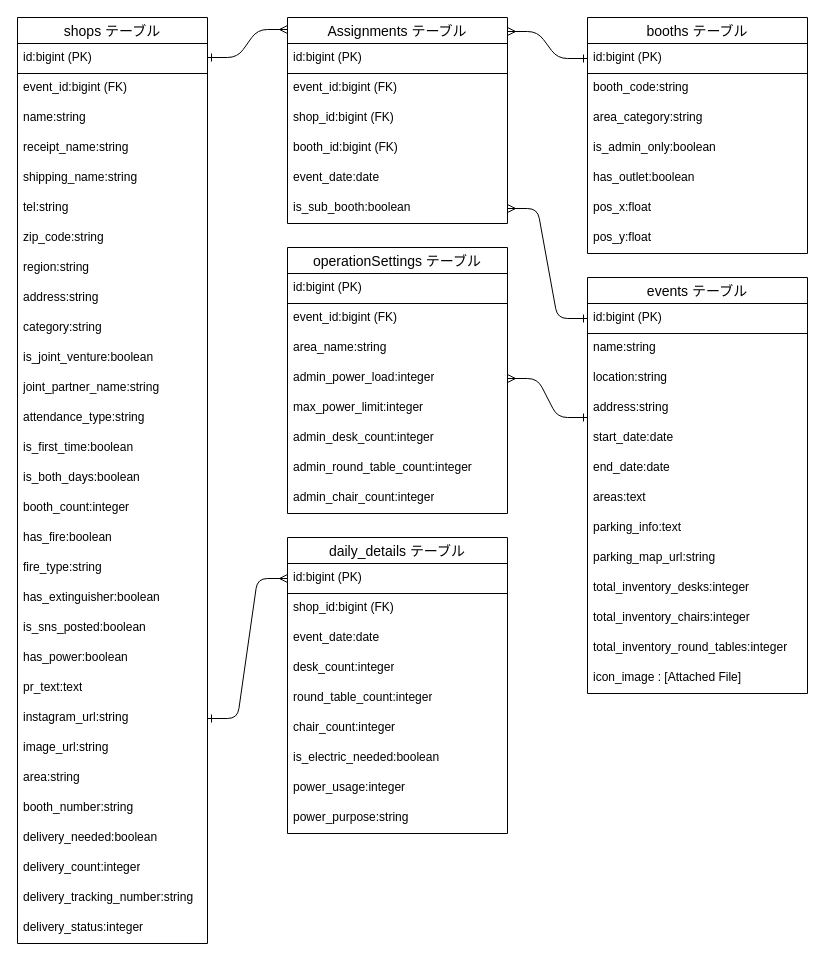
jeyton-max/event_listener keeps this draw.io diagram as database_design.dio. Above is the earlier version. Source tidied: cells renumbered, new cells numbered last; positions are measured from the earlier drawing's top-left corner, leaving out a move shared by most shapes. Both pictures are drawn from the tidied source at 100%, with x=0, y=0 at pixel (17, 17).
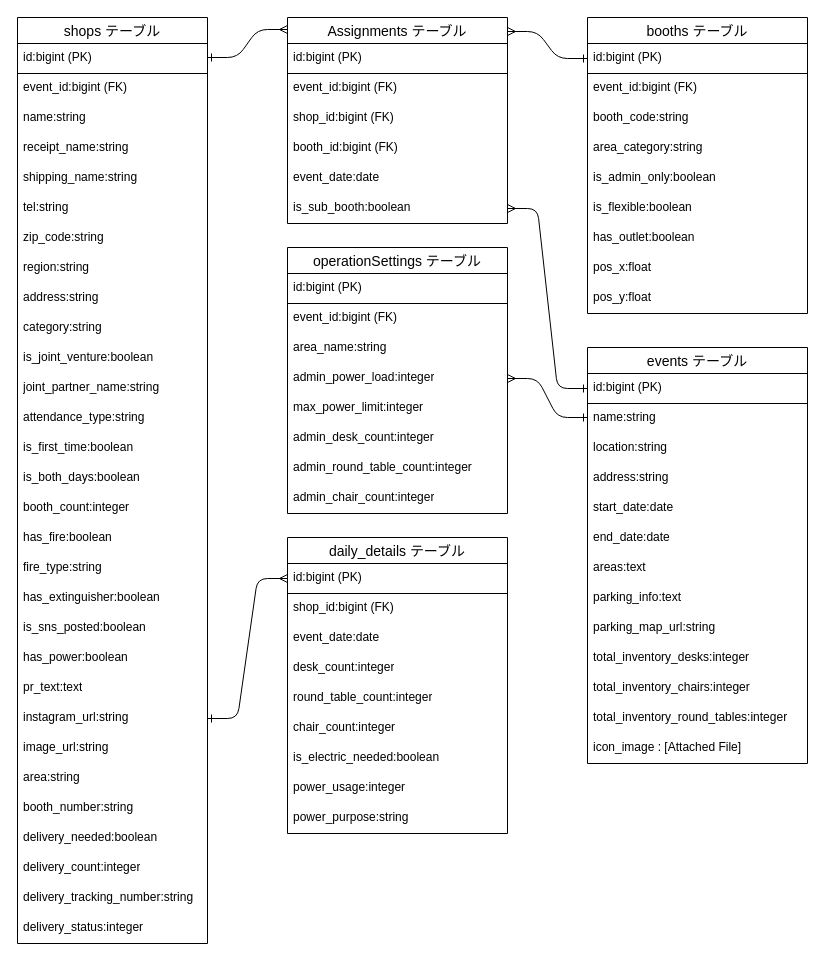
After the change.

The edit, as a diff of the source:
```diff
@@
     <mxCell id="33" value="booths テーブル" style="swimlane;fontStyle=0;horizontal=1;startSize=26;align=center;fontSize=14;" parent="1" vertex="1">
-      <mxGeometry x="570" width="220" height="236" as="geometry" />
+      <mxGeometry x="570" width="220" height="296" as="geometry" />
     </mxCell>
@@
+    <mxCell id="86" value="&lt;span style=&quot;color: rgb(0, 0, 0);&quot;&gt;event_id:bigint (FK)&lt;/span&gt;" style="text;strokeColor=none;fillColor=none;spacingLeft=4;spacingRight=4;overflow=hidden;fontSize=12;whiteSpace=wrap;html=1;" parent="33" vertex="1">
+      <mxGeometry y="56" width="220" height="30" as="geometry" />
+    </mxCell>
     <mxCell id="35" value="booth_code:string" style="text;strokeColor=none;fillColor=none;spacingLeft=4;spacingRight=4;overflow=hidden;fontSize=12;whiteSpace=wrap;html=1;" parent="33" vertex="1">
-      <mxGeometry y="56" width="220" height="30" as="geometry" />
+      <mxGeometry y="86" width="220" height="30" as="geometry" />
     </mxCell>
     <mxCell id="36" value="area_category:string" style="text;strokeColor=none;fillColor=none;spacingLeft=4;spacingRight=4;overflow=hidden;fontSize=12;whiteSpace=wrap;html=1;" parent="33" vertex="1">
-      <mxGeometry y="86" width="220" height="30" as="geometry" />
+      <mxGeometry y="116" width="220" height="30" as="geometry" />
     </mxCell>
     <mxCell id="37" value="is_admin_only:boolean" style="text;strokeColor=none;fillColor=none;spacingLeft=4;spacingRight=4;overflow=hidden;fontSize=12;whiteSpace=wrap;html=1;" parent="33" vertex="1">
-      <mxGeometry y="116" width="220" height="30" as="geometry" />
+      <mxGeometry y="146" width="220" height="30" as="geometry" />
     </mxCell>
+    <mxCell id="87" value="is_flexible:boolean" style="text;strokeColor=none;fillColor=none;spacingLeft=4;spacingRight=4;overflow=hidden;fontSize=12;whiteSpace=wrap;html=1;" parent="33" vertex="1">
+      <mxGeometry y="176" width="220" height="30" as="geometry" />
+    </mxCell>
     <mxCell id="38" value="has_outlet:boolean" style="text;strokeColor=none;fillColor=none;spacingLeft=4;spacingRight=4;overflow=hidden;fontSize=12;whiteSpace=wrap;html=1;" parent="33" vertex="1">
-      <mxGeometry y="146" width="220" height="30" as="geometry" />
+      <mxGeometry y="206" width="220" height="30" as="geometry" />
     </mxCell>
     <mxCell id="39" value="pos_x:float" style="text;strokeColor=none;fillColor=none;spacingLeft=4;spacingRight=4;overflow=hidden;fontSize=12;whiteSpace=wrap;html=1;" parent="33" vertex="1">
-      <mxGeometry y="176" width="220" height="30" as="geometry" />
+      <mxGeometry y="236" width="220" height="30" as="geometry" />
     </mxCell>
     <mxCell id="40" value="pos_y:float" style="text;strokeColor=none;fillColor=none;spacingLeft=4;spacingRight=4;overflow=hidden;fontSize=12;whiteSpace=wrap;html=1;" parent="33" vertex="1">
-      <mxGeometry y="206" width="220" height="30" as="geometry" />
+      <mxGeometry y="266" width="220" height="30" as="geometry" />
     </mxCell>
@@
     <mxCell id="57" value="events テーブル" style="swimlane;fontStyle=0;horizontal=1;startSize=26;align=center;fontSize=14;" parent="1" vertex="1">
-      <mxGeometry x="570" y="260" width="220" height="416" as="geometry" />
+      <mxGeometry x="570" y="330" width="220" height="416" as="geometry" />
     </mxCell>
```
